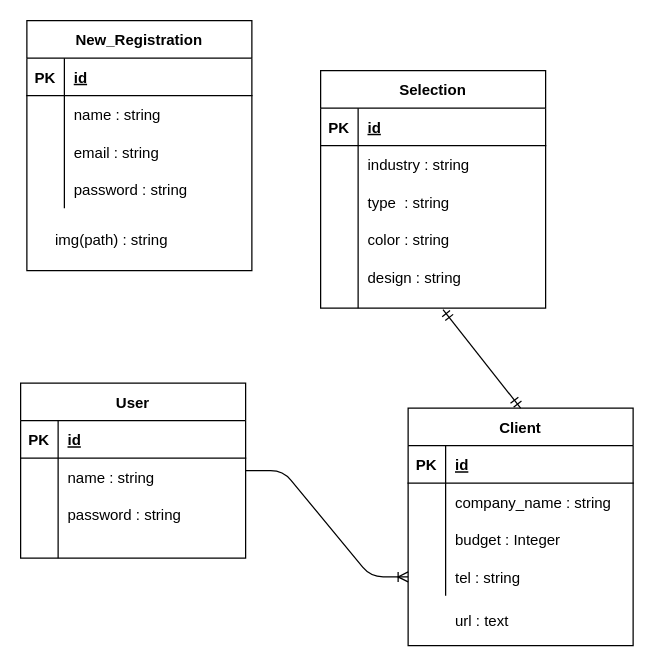
Before: er.dio in s-miyazato/cb_sayaka, a draw.io diagram. Source tidied: cells renumbered, new cells numbered last; positions are measured from the earlier drawing's top-left corner, leaving out a move shared by most shapes. Both pictures are drawn from the tidied source at 125%, with x=0, y=0 at pixel (20, 20).
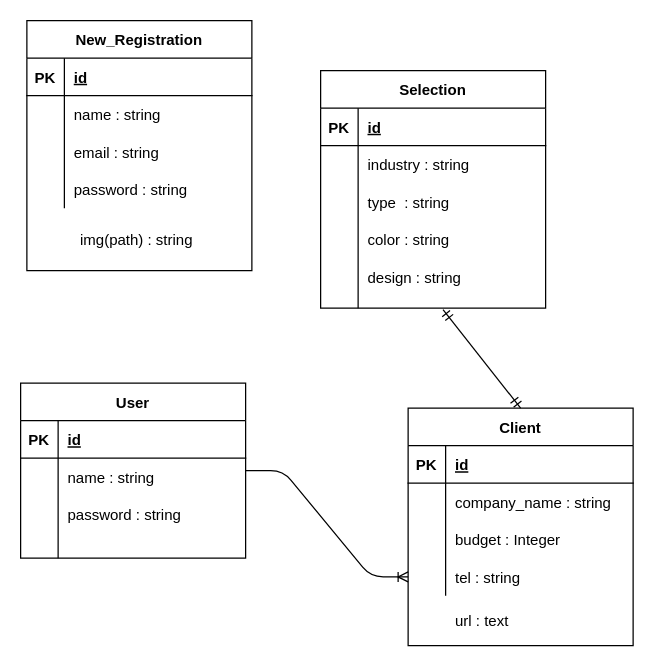
The same page after the edit.

The edit, as a diff of the source:
```diff
@@
+    <mxCell id="62" style="group;" parent="1" vertex="1">
+      <mxGeometry x="5" width="180" height="200" as="geometry" />
+    </mxCell>
-    <mxCell id="48" value="New_Registration" style="shape=table;startSize=30;childLayout=tableLayout;rowLines=0;fontStyle=1;align=center;" parent="1" vertex="1">
-      <mxGeometry x="5" width="180" height="200" as="geometry" />
+    <mxCell id="48" value="New_Registration" style="shape=table;startSize=30;childLayout=tableLayout;rowLines=0;fontStyle=1;align=center;" parent="62" vertex="1">
+      <mxGeometry width="180" height="200" as="geometry" />
     </mxCell>
@@
-    <mxCell id="61" value="img(path) : string" style="shape=partialRectangle;fillColor=none;top=0;left=0;bottom=0;right=0;align=left;spacingLeft=6;overflow=hidden;" parent="1" vertex="1">
-      <mxGeometry x="20" y="160" width="150" height="30" as="geometry" />
+    <mxCell id="61" value="img(path) : string" style="shape=partialRectangle;fillColor=none;top=0;left=0;bottom=0;right=0;align=left;spacingLeft=6;overflow=hidden;" parent="62" vertex="1">
+      <mxGeometry x="35" y="160" width="120" height="30" as="geometry" />
     </mxCell>
```
